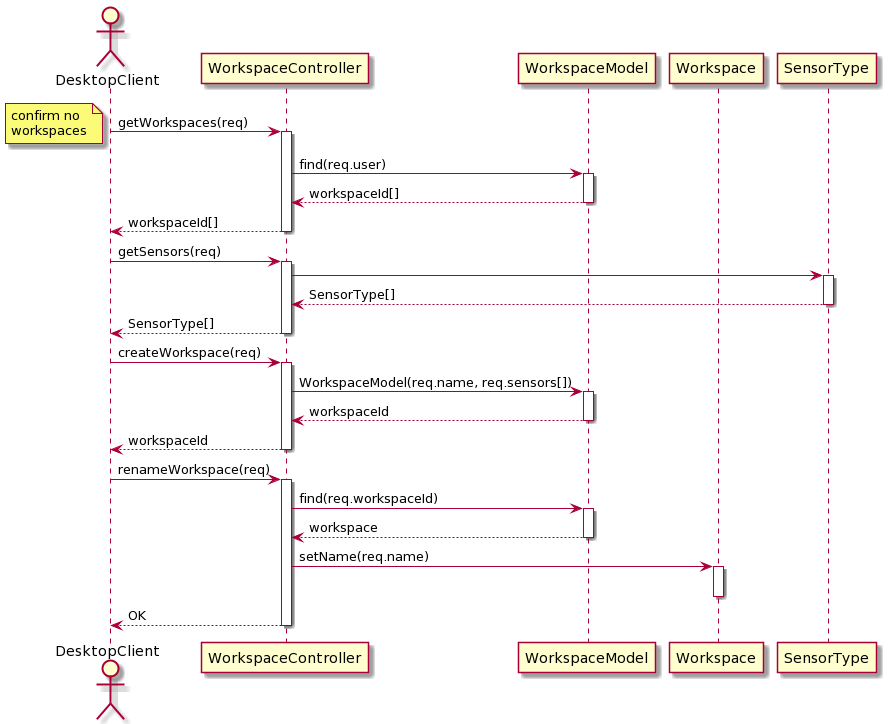
The PlantUML diagram Design/Documentation/figures/seq-workspace-create-and-rename.png in PSE-TECO-2020-TEAM1/e2e-ml_docs, before a commit.
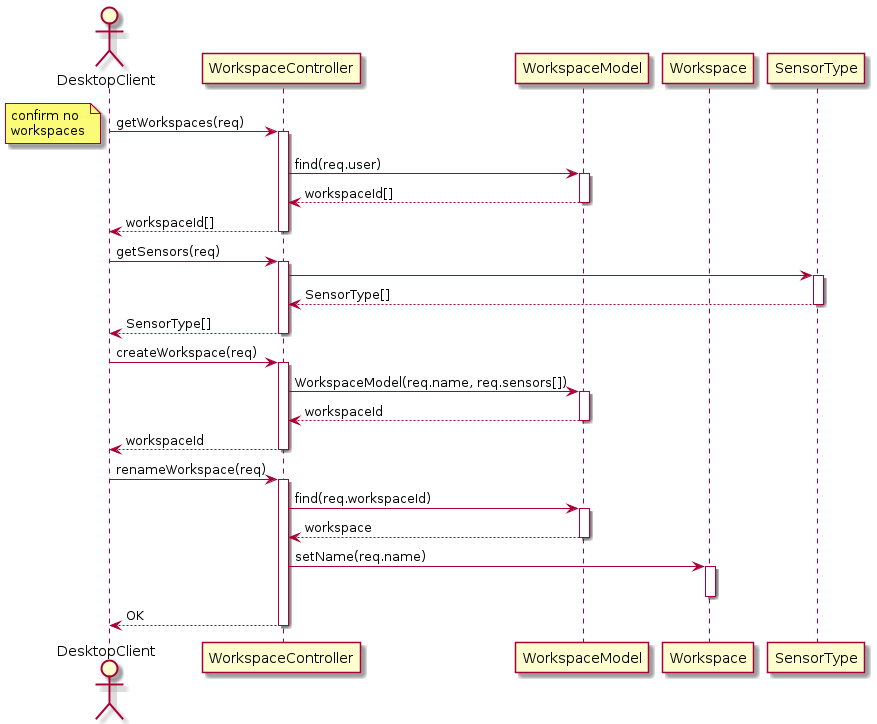
The same file after the commit.

The edit, as a diff of the source:
```diff
@@ -1,4 +1,4 @@
-@startuml
+@startuml Workspace Management Create and Rename Workspace
 autoactivate on
 
 actor DesktopClient as client
@@ -30,4 +30,5 @@
 wc-> Workspace: setName(req.name)
 deactivate
 return OK
+
 @enduml
```
